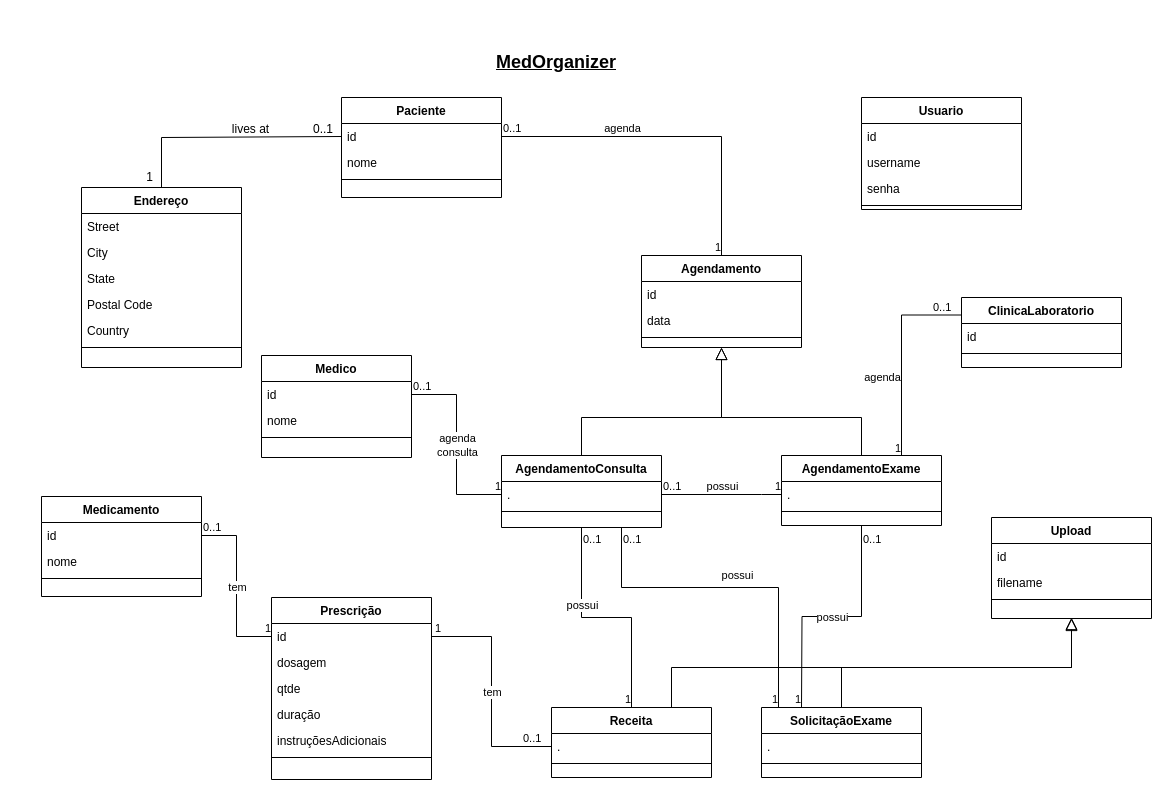
This is docs/medorganizer.drawio from evandrokumasaka/pmv-ads-2023-1-e1-proj-web-t14-pmv-ads-2023-1-e1-proj-web-t14-g4-medor, a draw.io file, before an edit. Source tidied: cells renumbered, new cells numbered last; positions are measured from the earlier drawing's top-left corner, leaving out a move shared by most shapes. Both pictures are drawn from the tidied source at 100%, with x=0, y=0 at pixel (41, 47).
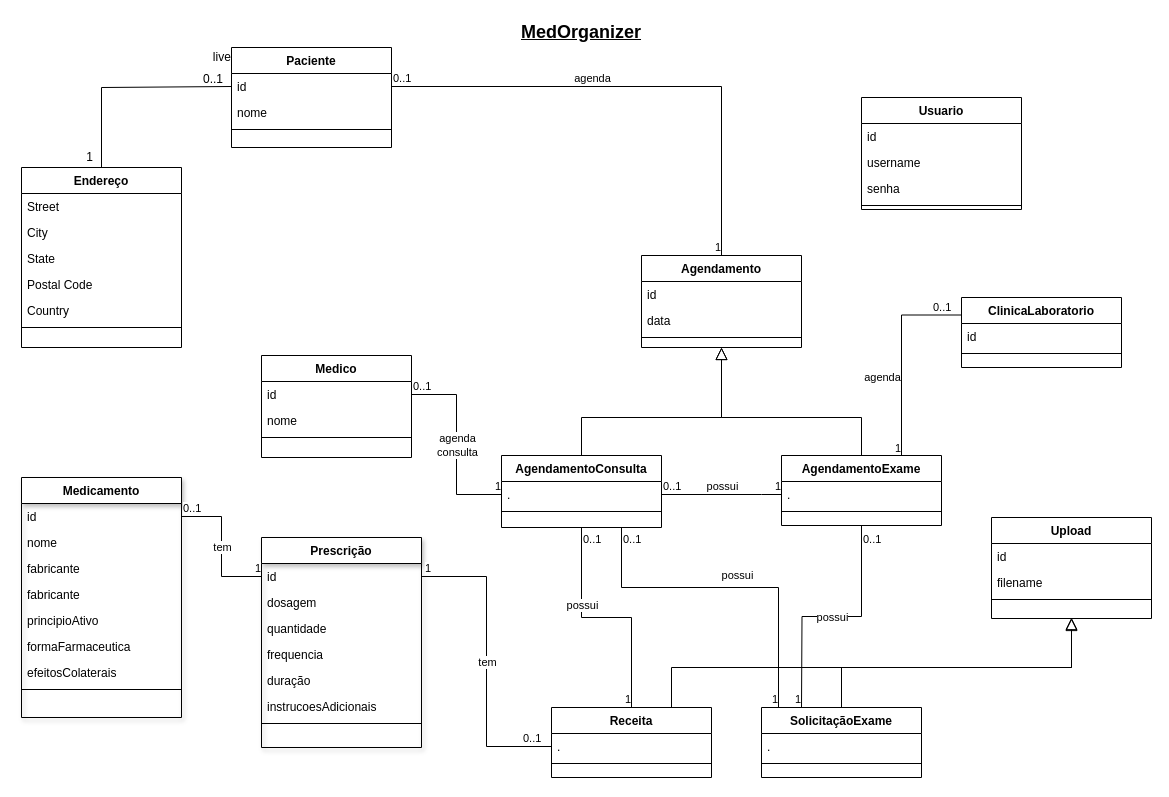
Above is the later version.

Unchanged cells that the change refers to:
```xml
<mxCell id="31" value="id" style="text;align=left;verticalAlign=top;spacingLeft=4;spacingRight=4;overflow=hidden;points=[[0,0.5],[1,0.5]];portConstraint=eastwest;" parent="30" vertex="1">
  <mxGeometry y="26" width="160" height="26" as="geometry" />
</mxCell>
```

Change to the diagram source:
```diff
@@
     <mxCell id="2" value="Endereço" style="swimlane;fontStyle=1;align=center;verticalAlign=top;horizontal=1;startSize=26;rounded=0;shadow=0;strokeWidth=1;" parent="1" vertex="1">
-      <mxGeometry x="40" y="140" width="160" height="180" as="geometry" />
+      <mxGeometry x="-20" y="120" width="160" height="180" as="geometry" />
     </mxCell>
@@
     <mxCell id="9" style="endArrow=none;shadow=0;strokeWidth=1;rounded=0;endFill=0;edgeStyle=elbowEdgeStyle;elbow=vertical;exitX=0;exitY=0.5;exitDx=0;exitDy=0;entryX=0.5;entryY=0;entryDx=0;entryDy=0;" parent="1" edge="1" source="31" target="2">
       <mxGeometry x="0.5" y="41" relative="1" as="geometry">
         <Array as="points">
-          <mxPoint x="200" y="90" />
+          <mxPoint x="80" y="40" />
         </Array>
         <mxPoint x="-40" y="32" as="offset" />
       </mxGeometry>
     </mxCell>
@@
-    <mxCell id="13" value="Medicamento" style="swimlane;fontStyle=1;align=center;verticalAlign=top;horizontal=1;startSize=26;rounded=0;shadow=0;strokeWidth=1;" parent="1" vertex="1">
-      <mxGeometry y="449" width="160" height="100" as="geometry" />
+    <mxCell id="13" value="Medicamento" style="swimlane;fontStyle=1;align=center;verticalAlign=top;horizontal=1;startSize=26;rounded=0;shadow=1;strokeWidth=1;" parent="1" vertex="1">
+      <mxGeometry x="-20" y="430" width="160" height="240" as="geometry" />
     </mxCell>
@@
+    <mxCell id="101" value="fabricante" style="text;align=left;verticalAlign=top;spacingLeft=4;spacingRight=4;overflow=hidden;" parent="13" vertex="1">
+      <mxGeometry y="78" width="160" height="26" as="geometry" />
+    </mxCell>
+    <mxCell id="102" value="fabricante" style="text;align=left;verticalAlign=top;spacingLeft=4;spacingRight=4;overflow=hidden;" parent="13" vertex="1">
+      <mxGeometry y="104" width="160" height="26" as="geometry" />
+    </mxCell>
+    <mxCell id="103" value="principioAtivo" style="text;align=left;verticalAlign=top;spacingLeft=4;spacingRight=4;overflow=hidden;" parent="13" vertex="1">
+      <mxGeometry y="130" width="160" height="26" as="geometry" />
+    </mxCell>
+    <mxCell id="104" value="formaFarmaceutica" style="text;align=left;verticalAlign=top;spacingLeft=4;spacingRight=4;overflow=hidden;" parent="13" vertex="1">
+      <mxGeometry y="156" width="160" height="26" as="geometry" />
+    </mxCell>
+    <mxCell id="105" value="efeitosColaterais" style="text;align=left;verticalAlign=top;spacingLeft=4;spacingRight=4;overflow=hidden;" parent="13" vertex="1">
+      <mxGeometry y="182" width="160" height="26" as="geometry" />
+    </mxCell>
     <mxCell id="16" style="line;html=1;strokeWidth=1;align=left;verticalAlign=middle;spacingTop=-1;spacingLeft=3;spacingRight=3;labelPosition=right;" parent="13" vertex="1">
-      <mxGeometry y="78" width="160" height="8" as="geometry" />
+      <mxGeometry y="208" width="160" height="8" as="geometry" />
     </mxCell>
@@
     <mxCell id="30" value="Paciente" style="swimlane;fontStyle=1;align=center;verticalAlign=top;horizontal=1;startSize=26;rounded=0;shadow=0;strokeWidth=1;" parent="1" vertex="1">
-      <mxGeometry x="300" y="50" width="160" height="100" as="geometry" />
+      <mxGeometry x="190" width="160" height="100" as="geometry" />
     </mxCell>
@@
-    <mxCell id="58" value="Prescrição" style="swimlane;fontStyle=1;align=center;verticalAlign=top;horizontal=1;startSize=26;rounded=0;shadow=0;strokeWidth=1;" parent="1" vertex="1">
-      <mxGeometry x="230" y="550" width="160" height="182" as="geometry" />
+    <mxCell id="58" value="Prescrição" style="swimlane;fontStyle=1;align=center;verticalAlign=top;horizontal=1;startSize=26;rounded=0;shadow=1;strokeWidth=1;" parent="1" vertex="1">
+      <mxGeometry x="220" y="490" width="160" height="210" as="geometry" />
     </mxCell>
@@
-    <mxCell id="61" value="qtde" style="text;align=left;verticalAlign=top;spacingLeft=4;spacingRight=4;overflow=hidden;" parent="58" vertex="1">
+    <mxCell id="61" value="quantidade" style="text;align=left;verticalAlign=top;spacingLeft=4;spacingRight=4;overflow=hidden;" parent="58" vertex="1">
       <mxGeometry y="78" width="160" height="26" as="geometry" />
     </mxCell>
+    <mxCell id="106" value="frequencia" style="text;align=left;verticalAlign=top;spacingLeft=4;spacingRight=4;overflow=hidden;" parent="58" vertex="1">
+      <mxGeometry y="104" width="160" height="26" as="geometry" />
+    </mxCell>
     <mxCell id="62" value="duração" style="text;align=left;verticalAlign=top;spacingLeft=4;spacingRight=4;overflow=hidden;" parent="58" vertex="1">
-      <mxGeometry y="104" width="160" height="26" as="geometry" />
+      <mxGeometry y="130" width="160" height="26" as="geometry" />
     </mxCell>
-    <mxCell id="63" value="instruçõesAdicionais" style="text;align=left;verticalAlign=top;spacingLeft=4;spacingRight=4;overflow=hidden;" parent="58" vertex="1">
-      <mxGeometry y="130" width="160" height="26" as="geometry" />
+    <mxCell id="63" value="instrucoesAdicionais" style="text;align=left;verticalAlign=top;spacingLeft=4;spacingRight=4;overflow=hidden;" parent="58" vertex="1">
+      <mxGeometry y="156" width="160" height="26" as="geometry" />
     </mxCell>
     <mxCell id="64" style="line;html=1;strokeWidth=1;align=left;verticalAlign=middle;spacingTop=-1;spacingLeft=3;spacingRight=3;labelPosition=right;" parent="58" vertex="1">
-      <mxGeometry y="156" width="160" height="8" as="geometry" />
+      <mxGeometry y="182" width="160" height="8" as="geometry" />
     </mxCell>
@@
     <mxCell id="79" value="MedOrganizer" style="text;html=1;strokeColor=none;fillColor=none;align=center;verticalAlign=middle;whiteSpace=wrap;rounded=0;fontSize=18;fontStyle=5;" parent="1" vertex="1">
-      <mxGeometry x="300" width="430" height="30" as="geometry" />
+      <mxGeometry x="325" y="-30" width="430" height="30" as="geometry" />
     </mxCell>
```
